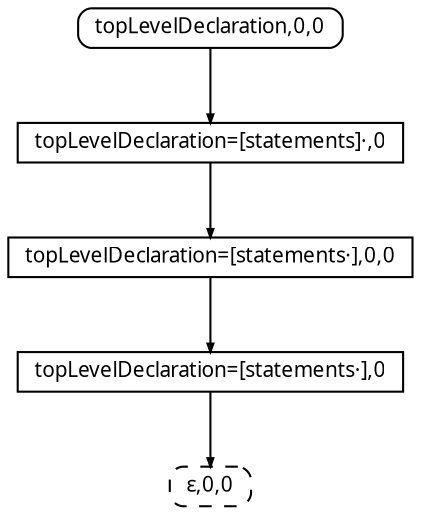
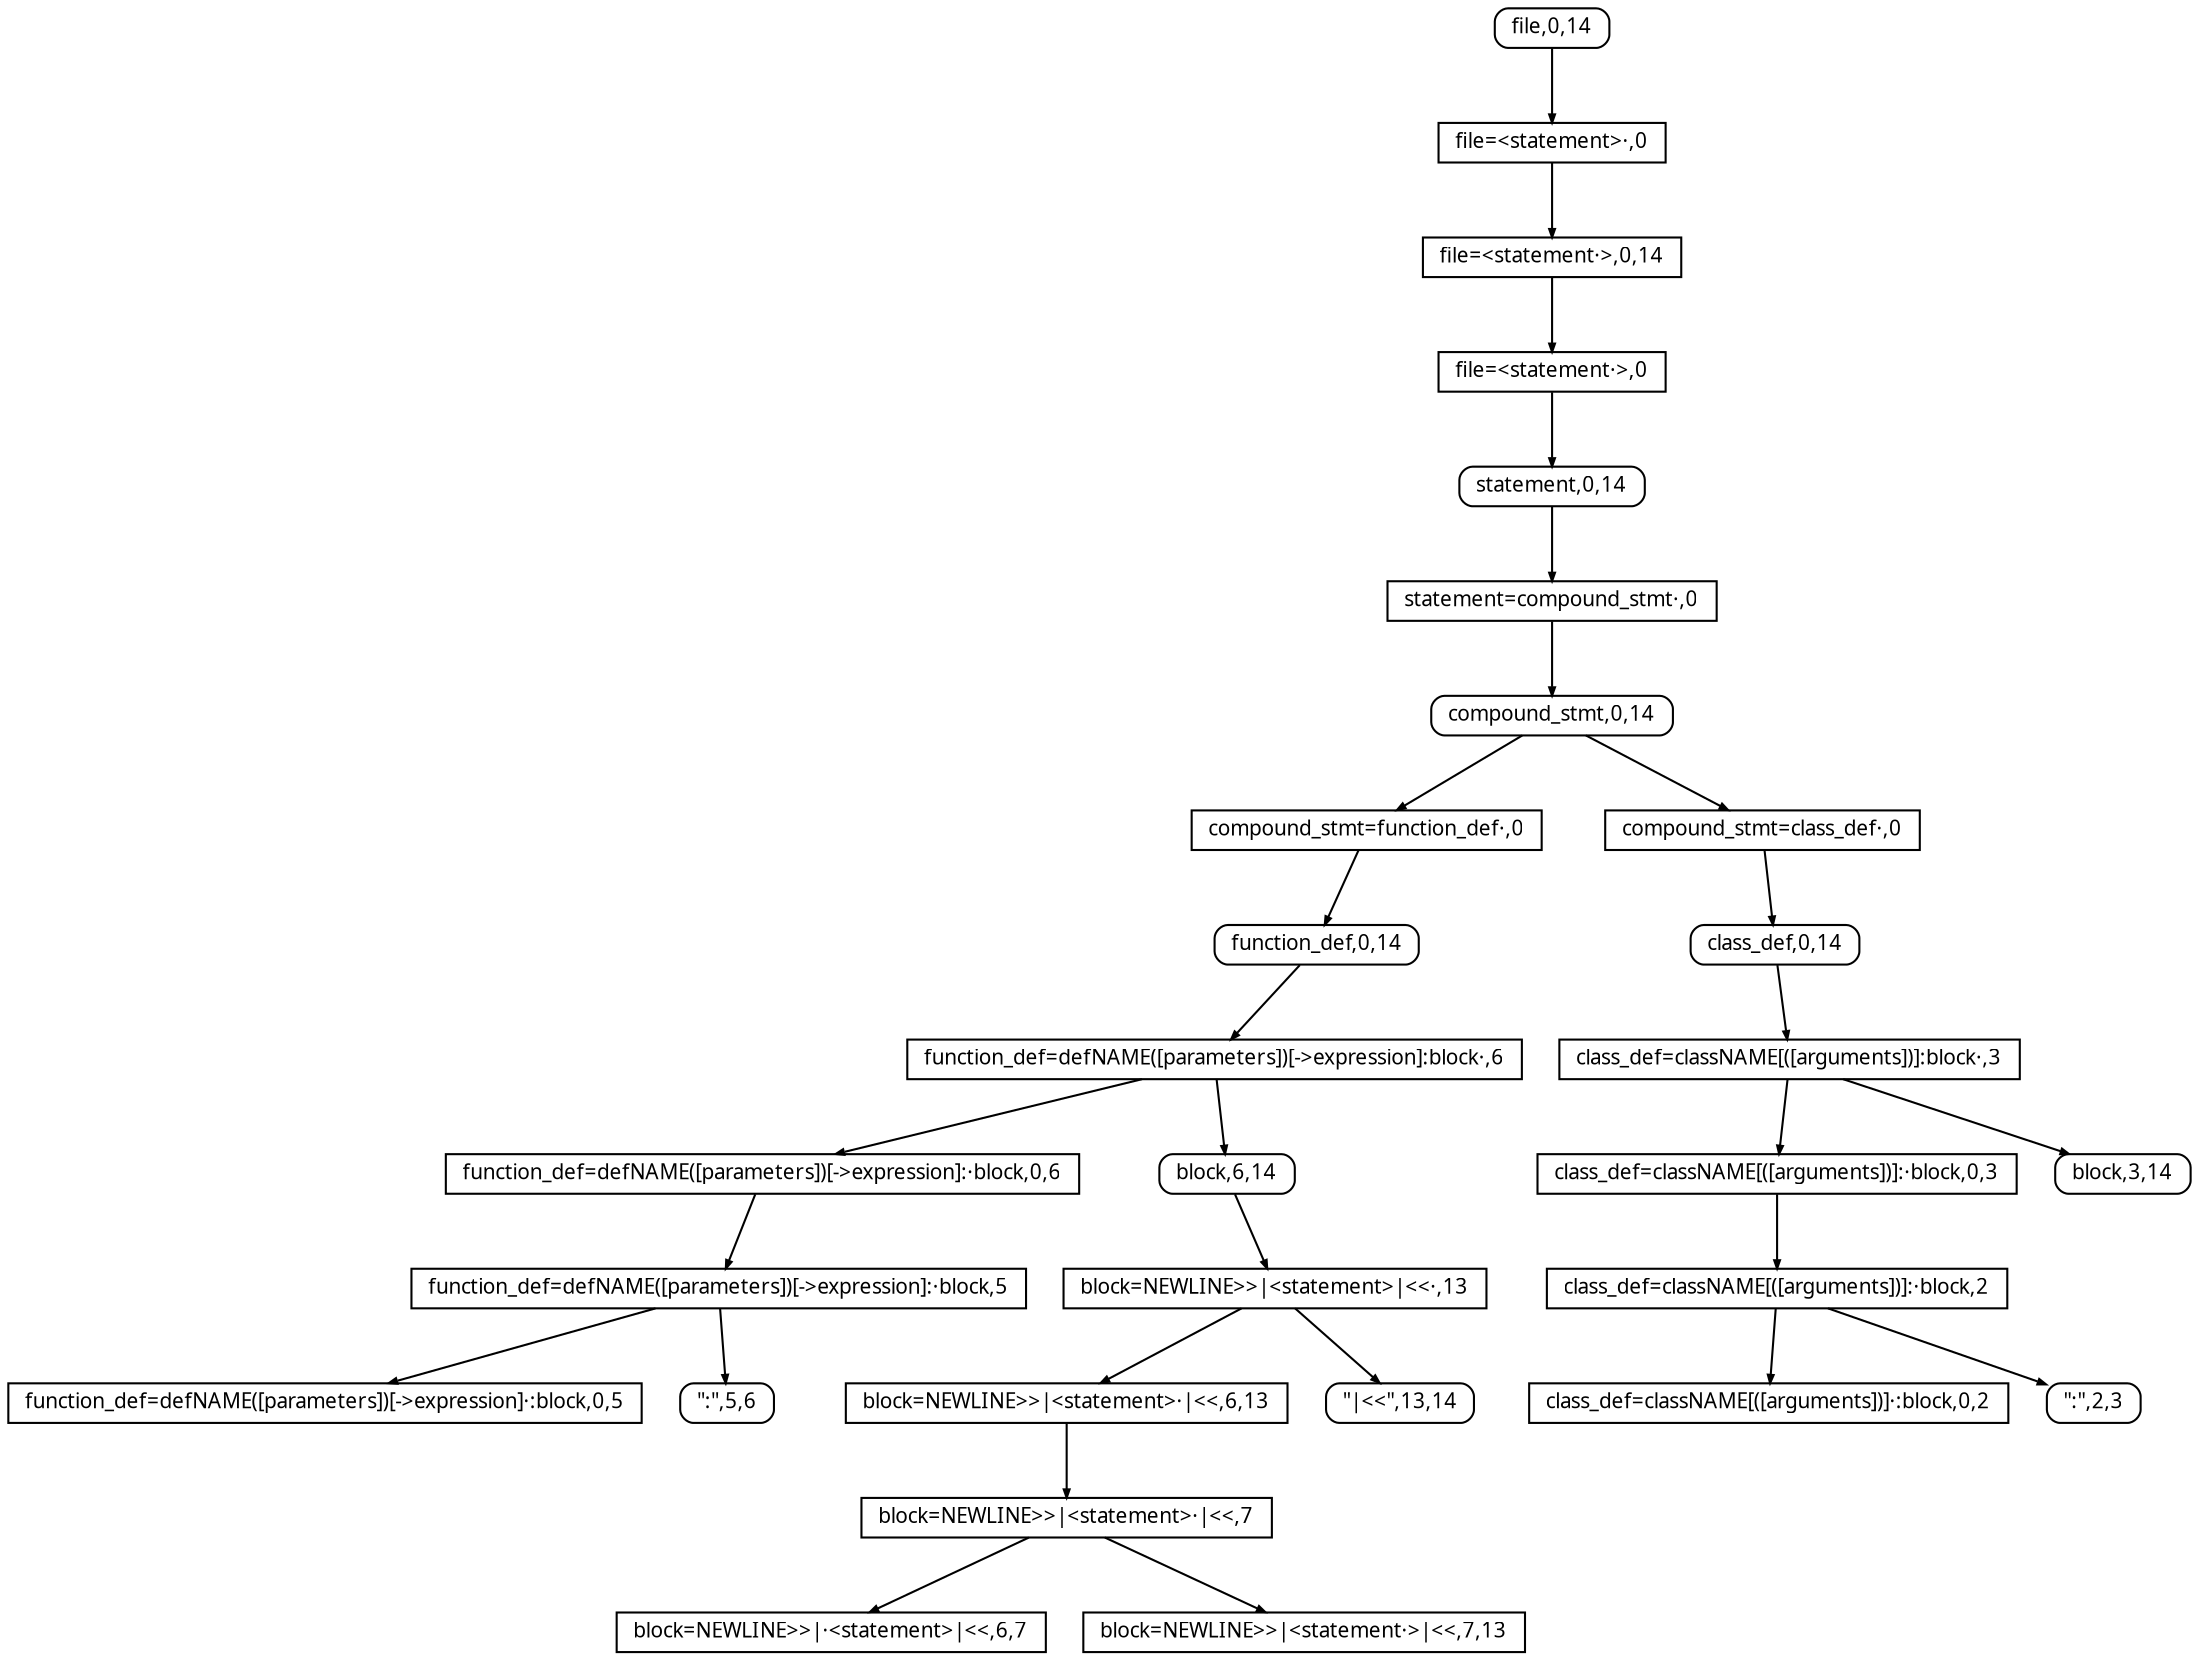
digraph SPPF {
  fontname = Menlo
  fontsize = 10
  node [fontname = Menlo, fontsize = 10]
  edge [arrowsize = 0.4]
  rankdir = "TB"
  ordering = out
-   n0 [shape = box, style = rounded, width=0.0, height=0.0, label = <topLevelDeclaration,0,0>]
-   n1 [shape = rectangle, width=0.0, height=0.0, label = "topLevelDeclaration=[statements]·,0"]
-   n2 [shape = rectangle, width=0.0, height=0.0, label = <topLevelDeclaration=[statements·],0,0>]
-   n3 [shape = rectangle, width=0.0, height=0.0, label = "topLevelDeclaration=[statements·],0"]
-   n4 [shape = box, style = "rounded, dashed", width=0.0, height=0.0, label = <ε,0,0>]
+   n0 [shape = box, style = rounded, width=0.0, height=0.0, label = <file,0,14>]
+   n1 [shape = rectangle, width=0.0, height=0.0, label = "file=&lt;statement&gt;·,0"]
+   n2 [shape = rectangle, width=0.0, height=0.0, label = <file=&lt;statement·&gt;,0,14>]
+   n3 [shape = rectangle, width=0.0, height=0.0, label = "file=&lt;statement·&gt;,0"]
+   n4 [shape = box, style = rounded, width=0.0, height=0.0, label = <statement,0,14>]
+   n5 [shape = rectangle, width=0.0, height=0.0, label = "statement=compound_stmt·,0"]
+   n6 [shape = box, style = rounded, width=0.0, height=0.0, label = <compound_stmt,0,14>]
+   n7 [shape = rectangle, width=0.0, height=0.0, label = "compound_stmt=function_def·,0"]
+   n8 [shape = rectangle, width=0.0, height=0.0, label = "compound_stmt=class_def·,0"]
+   n9 [shape = box, style = rounded, width=0.0, height=0.0, label = <function_def,0,14>]
+   n10 [shape = box, style = rounded, width=0.0, height=0.0, label = <class_def,0,14>]
+   n11 [shape = rectangle, width=0.0, height=0.0, label = "function_def=defNAME([parameters])[-&gt;expression]:block·,6"]
+   n12 [shape = rectangle, width=0.0, height=0.0, label = "class_def=classNAME[([arguments])]:block·,3"]
+   n13 [shape = box, style = rounded, width=0.0, height=0.0, label = <block,6,14>]
+   n14 [shape = rectangle, width=0.0, height=0.0, label = <function_def=defNAME([parameters])[-&gt;expression]:·block,0,6>]
+   n15 [shape = box, style = rounded, width=0.0, height=0.0, label = <block,3,14>]
+   n16 [shape = rectangle, width=0.0, height=0.0, label = <class_def=classNAME[([arguments])]:·block,0,3>]
+   n17 [shape = rectangle, width=0.0, height=0.0, label = "block=NEWLINE&gt;&gt;|&lt;statement&gt;|&lt;&lt;·,13"]
+   n18 [shape = rectangle, width=0.0, height=0.0, label = "function_def=defNAME([parameters])[-&gt;expression]:·block,5"]
+   n19 [shape = rectangle, width=0.0, height=0.0, label = "class_def=classNAME[([arguments])]:·block,2"]
+   n20 [shape = box, style = rounded, width=0.0, height=0.0, label = <"|&lt;&lt;",13,14>]
+   n21 [shape = rectangle, width=0.0, height=0.0, label = <block=NEWLINE&gt;&gt;|&lt;statement&gt;·|&lt;&lt;,6,13>]
+   n22 [shape = box, style = rounded, width=0.0, height=0.0, label = <":",5,6>]
+   n23 [shape = rectangle, width=0.0, height=0.0, label = <function_def=defNAME([parameters])[-&gt;expression]·:block,0,5>]
+   n24 [shape = box, style = rounded, width=0.0, height=0.0, label = <":",2,3>]
+   n25 [shape = rectangle, width=0.0, height=0.0, label = <class_def=classNAME[([arguments])]·:block,0,2>]
+   n26 [shape = rectangle, width=0.0, height=0.0, label = "block=NEWLINE&gt;&gt;|&lt;statement&gt;·|&lt;&lt;,7"]
+   n27 [shape = rectangle, width=0.0, height=0.0, label = <block=NEWLINE&gt;&gt;|&lt;statement·&gt;|&lt;&lt;,7,13>]
+   n28 [shape = rectangle, width=0.0, height=0.0, label = <block=NEWLINE&gt;&gt;|·&lt;statement&gt;|&lt;&lt;,6,7>]
  n0 -> n1
  n1 -> n2
  n2 -> n3
  n3 -> n4
+   n4 -> n5
+   n5 -> n6
+   n6 -> n7
+   n6 -> n8
+   n7 -> n9
+   n8 -> n10
+   n9 -> n11
+   n10 -> n12
+   n11 -> n14
+   n11 -> n13
+   n12 -> n16
+   n12 -> n15
+   n13 -> n17
+   n14 -> n18
+   n16 -> n19
+   n17 -> n21
+   n17 -> n20
+   n18 -> n23
+   n18 -> n22
+   n19 -> n25
+   n19 -> n24
+   n21 -> n26
+   n26 -> n28
+   n26 -> n27
}
